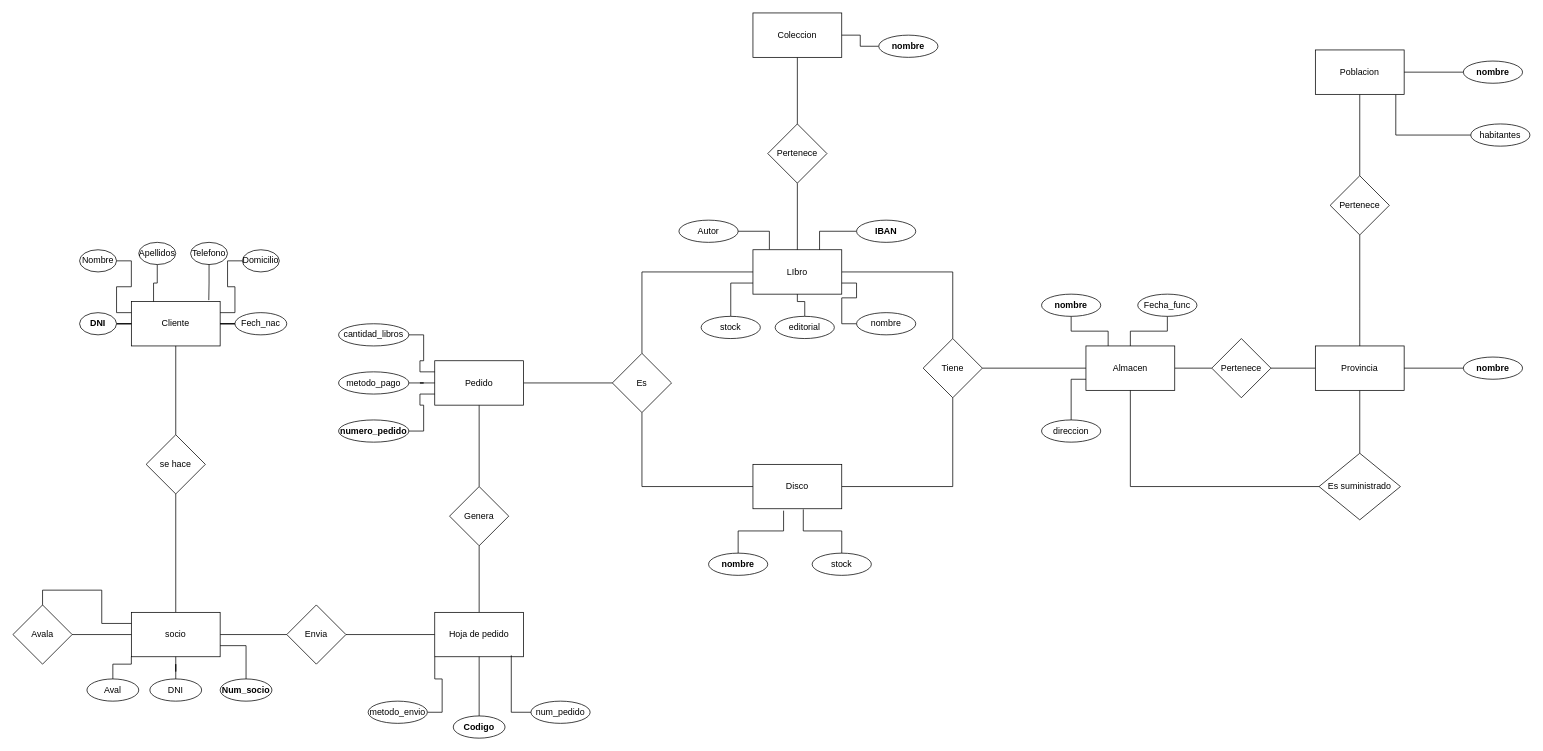
Above: ejercicio4.drawio in victorsanchezr/abril23diagrama (draw.io), before the change. Source tidied: cells renumbered, new cells numbered last; positions are measured from the earlier drawing's top-left corner, leaving out a move shared by most shapes. Both pictures are drawn from the tidied source at 74%, with x=0, y=0 at pixel (13, 13).
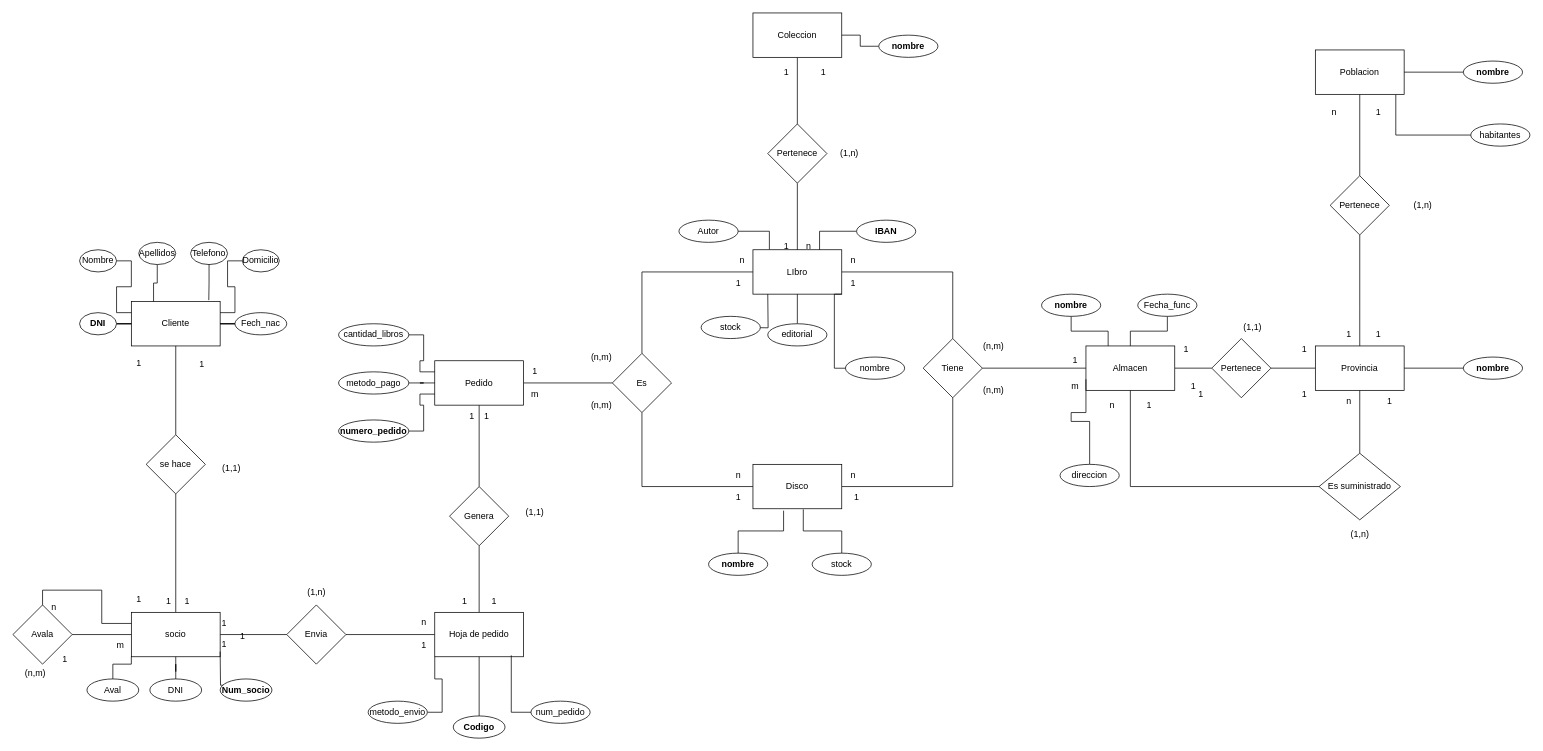
The same diagram, later.

The change refers to these unchanged cells:
```xml
<mxCell id="7" value="socio" style="rounded=0;whiteSpace=wrap;html=1;" parent="1" vertex="1">
  <mxGeometry x="160" y="810" width="120" height="60" as="geometry" />
</mxCell>
<mxCell id="22" value="LIbro" style="rounded=0;whiteSpace=wrap;html=1;" parent="1" vertex="1">
  <mxGeometry x="1000" y="320" width="120" height="60" as="geometry" />
</mxCell>
<mxCell id="33" value="Almacen" style="rounded=0;whiteSpace=wrap;html=1;" parent="1" vertex="1">
  <mxGeometry x="1450" y="450" width="120" height="60" as="geometry" />
</mxCell>
<mxCell id="61" value="&lt;b&gt;Num_socio&lt;/b&gt;" style="ellipse;whiteSpace=wrap;html=1;" parent="1" vertex="1">
  <mxGeometry x="280" y="900" width="70" height="30" as="geometry" />
</mxCell>
<mxCell id="79" value="stock" style="ellipse;whiteSpace=wrap;html=1;" parent="1" vertex="1">
  <mxGeometry x="930" y="410" width="80" height="30" as="geometry" />
</mxCell>
```

The edit, as a diff of the source:
```diff
@@
-    <mxCell id="60" style="edgeStyle=orthogonalEdgeStyle;rounded=0;jettySize=auto;html=1;entryX=1;entryY=0.75;entryDx=0;entryDy=0;endArrow=none;endFill=0;" parent="1" edge="1" source="61" target="7">
-      <mxGeometry relative="1" as="geometry" />
+    <mxCell id="60" style="edgeStyle=orthogonalEdgeStyle;rounded=0;orthogonalLoop=1;jettySize=auto;html=1;entryX=1;entryY=0.75;entryDx=0;entryDy=0;endArrow=none;endFill=0;" parent="1" edge="1">
+      <mxGeometry relative="1" as="geometry">
+        <mxPoint x="315" y="908" as="sourcePoint" />
+        <mxPoint x="280" y="863" as="targetPoint" />
+      </mxGeometry>
     </mxCell>
@@
-    <mxCell id="78" style="edgeStyle=orthogonalEdgeStyle;rounded=0;jettySize=auto;html=1;entryX=0;entryY=0.75;entryDx=0;entryDy=0;endArrow=none;endFill=0;" parent="1" edge="1" source="79" target="22">
-      <mxGeometry relative="1" as="geometry" />
+    <mxCell id="78" style="edgeStyle=orthogonalEdgeStyle;rounded=0;orthogonalLoop=1;jettySize=auto;html=1;entryX=0;entryY=0.75;entryDx=0;entryDy=0;endArrow=none;endFill=0;" parent="1" edge="1">
+      <mxGeometry relative="1" as="geometry">
+        <mxPoint x="990" y="425" as="sourcePoint" />
+        <mxPoint x="1020" y="380" as="targetPoint" />
+      </mxGeometry>
     </mxCell>
@@
     <mxCell id="81" value="editorial" style="ellipse;whiteSpace=wrap;html=1;" parent="1" vertex="1">
-      <mxGeometry x="1030" y="410" width="80" height="30" as="geometry" />
+      <mxGeometry x="1020" y="420" width="80" height="30" as="geometry" />
     </mxCell>
-    <mxCell id="82" style="edgeStyle=orthogonalEdgeStyle;rounded=0;jettySize=auto;html=1;entryX=1;entryY=0.75;entryDx=0;entryDy=0;endArrow=none;endFill=0;" parent="1" edge="1" source="83" target="22">
-      <mxGeometry relative="1" as="geometry" />
+    <mxCell id="82" style="edgeStyle=orthogonalEdgeStyle;rounded=0;orthogonalLoop=1;jettySize=auto;html=1;entryX=1;entryY=0.75;entryDx=0;entryDy=0;endArrow=none;endFill=0;" parent="1" edge="1">
+      <mxGeometry relative="1" as="geometry">
+        <mxPoint x="1130" y="480.1" as="sourcePoint" />
+        <mxPoint x="1120" y="380" as="targetPoint" />
+        <Array as="points">
+          <mxPoint x="1110" y="480" />
+          <mxPoint x="1110" y="380" />
+        </Array>
+      </mxGeometry>
     </mxCell>
     <mxCell id="83" value="nombre" style="ellipse;whiteSpace=wrap;html=1;" parent="1" vertex="1">
-      <mxGeometry x="1140" y="405" width="80" height="30" as="geometry" />
+      <mxGeometry x="1125" y="465" width="80" height="30" as="geometry" />
     </mxCell>
@@
     <mxCell id="92" style="edgeStyle=orthogonalEdgeStyle;rounded=0;jettySize=auto;html=1;entryX=0;entryY=0.75;entryDx=0;entryDy=0;endArrow=none;endFill=0;" parent="1" edge="1" source="93" target="33">
-      <mxGeometry relative="1" as="geometry" />
+      <mxGeometry relative="1" as="geometry">
+        <Array as="points">
+          <mxPoint x="1455" y="552" />
+          <mxPoint x="1430" y="552" />
+          <mxPoint x="1430" y="540" />
+          <mxPoint x="1450" y="540" />
+        </Array>
+      </mxGeometry>
     </mxCell>
     <mxCell id="93" value="direccion" style="ellipse;whiteSpace=wrap;html=1;" parent="1" vertex="1">
-      <mxGeometry x="1390" y="550" width="80" height="30" as="geometry" />
+      <mxGeometry x="1415" y="610" width="80" height="30" as="geometry" />
     </mxCell>
@@
+    <mxCell id="102" value="1" style="text;html=1;align=center;verticalAlign=middle;strokeColor=none;fillColor=none;" parent="1" vertex="1">
+      <mxGeometry x="155" y="458" width="30" height="30" as="geometry" />
+    </mxCell>
+    <mxCell id="103" value="1" style="text;html=1;align=center;verticalAlign=middle;strokeColor=none;fillColor=none;" parent="1" vertex="1">
+      <mxGeometry x="240" y="460" width="30" height="30" as="geometry" />
+    </mxCell>
+    <mxCell id="104" value="1" style="text;html=1;align=center;verticalAlign=middle;strokeColor=none;fillColor=none;" parent="1" vertex="1">
+      <mxGeometry x="195" y="780" width="30" height="30" as="geometry" />
+    </mxCell>
+    <mxCell id="105" value="1" style="text;html=1;align=center;verticalAlign=middle;strokeColor=none;fillColor=none;" parent="1" vertex="1">
+      <mxGeometry x="220" y="780" width="30" height="30" as="geometry" />
+    </mxCell>
+    <mxCell id="106" value="(1,1)" style="text;html=1;align=center;verticalAlign=middle;strokeColor=none;fillColor=none;" parent="1" vertex="1">
+      <mxGeometry x="270" y="600" width="50" height="30" as="geometry" />
+    </mxCell>
+    <mxCell id="107" value="1" style="text;html=1;align=center;verticalAlign=middle;strokeColor=none;fillColor=none;" parent="1" vertex="1">
+      <mxGeometry x="155" y="778" width="30" height="30" as="geometry" />
+    </mxCell>
+    <mxCell id="108" value="n" style="text;html=1;align=center;verticalAlign=middle;strokeColor=none;fillColor=none;" parent="1" vertex="1">
+      <mxGeometry x="40" y="788" width="30" height="30" as="geometry" />
+    </mxCell>
+    <mxCell id="109" value="1" style="text;html=1;align=center;verticalAlign=middle;strokeColor=none;fillColor=none;" parent="1" vertex="1">
+      <mxGeometry x="55" y="858" width="30" height="30" as="geometry" />
+    </mxCell>
+    <mxCell id="110" value="m" style="text;html=1;align=center;verticalAlign=middle;strokeColor=none;fillColor=none;" parent="1" vertex="1">
+      <mxGeometry x="130" y="840" width="30" height="30" as="geometry" />
+    </mxCell>
+    <mxCell id="111" value="(n,m)" style="text;html=1;align=center;verticalAlign=middle;strokeColor=none;fillColor=none;" parent="1" vertex="1">
+      <mxGeometry x="5" y="878" width="50" height="30" as="geometry" />
+    </mxCell>
+    <mxCell id="112" value="1" style="text;html=1;align=center;verticalAlign=middle;strokeColor=none;fillColor=none;" parent="1" vertex="1">
+      <mxGeometry x="270" y="810" width="30" height="30" as="geometry" />
+    </mxCell>
+    <mxCell id="113" value="n" style="text;html=1;align=center;verticalAlign=middle;strokeColor=none;fillColor=none;" parent="1" vertex="1">
+      <mxGeometry x="540" y="808" width="30" height="30" as="geometry" />
+    </mxCell>
+    <mxCell id="114" value="1" style="text;html=1;align=center;verticalAlign=middle;strokeColor=none;fillColor=none;" parent="1" vertex="1">
+      <mxGeometry x="540" y="840" width="30" height="30" as="geometry" />
+    </mxCell>
+    <mxCell id="115" value="1" style="text;html=1;align=center;verticalAlign=middle;strokeColor=none;fillColor=none;" parent="1" vertex="1">
+      <mxGeometry x="270" y="838" width="30" height="30" as="geometry" />
+    </mxCell>
+    <mxCell id="116" value="(1,n)" style="text;html=1;align=center;verticalAlign=middle;strokeColor=none;fillColor=none;" parent="1" vertex="1">
+      <mxGeometry x="385" y="768" width="50" height="30" as="geometry" />
+    </mxCell>
+    <mxCell id="117" value="1" style="text;html=1;align=center;verticalAlign=middle;strokeColor=none;fillColor=none;" parent="1" vertex="1">
+      <mxGeometry x="595" y="780" width="30" height="30" as="geometry" />
+    </mxCell>
+    <mxCell id="118" value="1" style="text;html=1;align=center;verticalAlign=middle;strokeColor=none;fillColor=none;" parent="1" vertex="1">
+      <mxGeometry x="295" y="828" width="30" height="30" as="geometry" />
+    </mxCell>
+    <mxCell id="119" value="1" style="text;html=1;align=center;verticalAlign=middle;strokeColor=none;fillColor=none;" parent="1" vertex="1">
+      <mxGeometry x="635" y="780" width="30" height="30" as="geometry" />
+    </mxCell>
+    <mxCell id="120" value="1" style="text;html=1;align=center;verticalAlign=middle;strokeColor=none;fillColor=none;" parent="1" vertex="1">
+      <mxGeometry x="605" y="530" width="30" height="30" as="geometry" />
+    </mxCell>
+    <mxCell id="121" value="1" style="text;html=1;align=center;verticalAlign=middle;strokeColor=none;fillColor=none;" parent="1" vertex="1">
+      <mxGeometry x="625" y="530" width="30" height="30" as="geometry" />
+    </mxCell>
+    <mxCell id="122" value="(1,1)" style="text;html=1;align=center;verticalAlign=middle;strokeColor=none;fillColor=none;" parent="1" vertex="1">
+      <mxGeometry x="680" y="660" width="50" height="30" as="geometry" />
+    </mxCell>
+    <mxCell id="123" value="1" style="text;html=1;align=center;verticalAlign=middle;strokeColor=none;fillColor=none;" parent="1" vertex="1">
+      <mxGeometry x="690" y="470" width="30" height="30" as="geometry" />
+    </mxCell>
+    <mxCell id="124" value="n" style="text;html=1;align=center;verticalAlign=middle;strokeColor=none;fillColor=none;" parent="1" vertex="1">
+      <mxGeometry x="970" y="320" width="30" height="30" as="geometry" />
+    </mxCell>
+    <mxCell id="125" value="1" style="text;html=1;align=center;verticalAlign=middle;strokeColor=none;fillColor=none;" parent="1" vertex="1">
+      <mxGeometry x="965" y="350" width="30" height="30" as="geometry" />
+    </mxCell>
+    <mxCell id="126" value="m" style="text;html=1;align=center;verticalAlign=middle;strokeColor=none;fillColor=none;" parent="1" vertex="1">
+      <mxGeometry x="690" y="500" width="30" height="30" as="geometry" />
+    </mxCell>
+    <mxCell id="127" value="(n,m)" style="text;html=1;align=center;verticalAlign=middle;strokeColor=none;fillColor=none;" parent="1" vertex="1">
+      <mxGeometry x="770" y="450" width="50" height="30" as="geometry" />
+    </mxCell>
+    <mxCell id="128" value="n" style="text;html=1;align=center;verticalAlign=middle;strokeColor=none;fillColor=none;" parent="1" vertex="1">
+      <mxGeometry x="965" y="610" width="30" height="30" as="geometry" />
+    </mxCell>
+    <mxCell id="129" value="1" style="text;html=1;align=center;verticalAlign=middle;strokeColor=none;fillColor=none;" parent="1" vertex="1">
+      <mxGeometry x="965" y="640" width="30" height="30" as="geometry" />
+    </mxCell>
+    <mxCell id="130" value="(n,m)" style="text;html=1;align=center;verticalAlign=middle;strokeColor=none;fillColor=none;" parent="1" vertex="1">
+      <mxGeometry x="770" y="515" width="50" height="30" as="geometry" />
+    </mxCell>
+    <mxCell id="131" value="(n,m)" style="text;html=1;align=center;verticalAlign=middle;strokeColor=none;fillColor=none;" parent="1" vertex="1">
+      <mxGeometry x="1300" y="435" width="50" height="30" as="geometry" />
+    </mxCell>
+    <mxCell id="132" value="(n,m)" style="text;html=1;align=center;verticalAlign=middle;strokeColor=none;fillColor=none;" parent="1" vertex="1">
+      <mxGeometry x="1300" y="495" width="50" height="30" as="geometry" />
+    </mxCell>
+    <mxCell id="133" value="1" style="text;html=1;align=center;verticalAlign=middle;strokeColor=none;fillColor=none;" parent="1" vertex="1">
+      <mxGeometry x="1125" y="640" width="30" height="30" as="geometry" />
+    </mxCell>
+    <mxCell id="134" value="n" style="text;html=1;align=center;verticalAlign=middle;strokeColor=none;fillColor=none;" parent="1" vertex="1">
+      <mxGeometry x="1120" y="320" width="30" height="30" as="geometry" />
+    </mxCell>
+    <mxCell id="135" value="1" style="text;html=1;align=center;verticalAlign=middle;strokeColor=none;fillColor=none;" parent="1" vertex="1">
+      <mxGeometry x="1120" y="350" width="30" height="30" as="geometry" />
+    </mxCell>
+    <mxCell id="136" value="m" style="text;html=1;align=center;verticalAlign=middle;strokeColor=none;fillColor=none;" parent="1" vertex="1">
+      <mxGeometry x="1420" y="490" width="30" height="30" as="geometry" />
+    </mxCell>
+    <mxCell id="137" value="n" style="text;html=1;align=center;verticalAlign=middle;strokeColor=none;fillColor=none;" parent="1" vertex="1">
+      <mxGeometry x="1120" y="610" width="30" height="30" as="geometry" />
+    </mxCell>
+    <mxCell id="138" value="1" style="text;html=1;align=center;verticalAlign=middle;strokeColor=none;fillColor=none;" parent="1" vertex="1">
+      <mxGeometry x="1420" y="455" width="30" height="30" as="geometry" />
+    </mxCell>
+    <mxCell id="139" value="(1,1)" style="text;html=1;align=center;verticalAlign=middle;strokeColor=none;fillColor=none;" parent="1" vertex="1">
+      <mxGeometry x="1650" y="410" width="50" height="30" as="geometry" />
+    </mxCell>
+    <mxCell id="140" value="1" style="text;html=1;align=center;verticalAlign=middle;strokeColor=none;fillColor=none;" parent="1" vertex="1">
+      <mxGeometry x="1570" y="440" width="30" height="30" as="geometry" />
+    </mxCell>
+    <mxCell id="141" value="1" style="text;html=1;align=center;verticalAlign=middle;strokeColor=none;fillColor=none;" parent="1" vertex="1">
+      <mxGeometry x="1730" y="440" width="30" height="30" as="geometry" />
+    </mxCell>
+    <mxCell id="142" value="1" style="text;html=1;align=center;verticalAlign=middle;strokeColor=none;fillColor=none;" parent="1" vertex="1">
+      <mxGeometry x="1580" y="490" width="30" height="30" as="geometry" />
+    </mxCell>
+    <mxCell id="143" value="1" style="text;html=1;align=center;verticalAlign=middle;strokeColor=none;fillColor=none;" parent="1" vertex="1">
+      <mxGeometry x="1730" y="500" width="30" height="30" as="geometry" />
+    </mxCell>
+    <mxCell id="144" value="(1,n)" style="text;html=1;align=center;verticalAlign=middle;strokeColor=none;fillColor=none;" parent="1" vertex="1">
+      <mxGeometry x="1795" y="690" width="50" height="30" as="geometry" />
+    </mxCell>
+    <mxCell id="145" value="1" style="text;html=1;align=center;verticalAlign=middle;strokeColor=none;fillColor=none;" parent="1" vertex="1">
+      <mxGeometry x="1520" y="515" width="30" height="30" as="geometry" />
+    </mxCell>
+    <mxCell id="146" value="n" style="text;html=1;align=center;verticalAlign=middle;strokeColor=none;fillColor=none;" parent="1" vertex="1">
+      <mxGeometry x="1790" y="510" width="30" height="30" as="geometry" />
+    </mxCell>
+    <mxCell id="147" value="n" style="text;html=1;align=center;verticalAlign=middle;strokeColor=none;fillColor=none;" parent="1" vertex="1">
+      <mxGeometry x="1470" y="515" width="30" height="30" as="geometry" />
+    </mxCell>
+    <mxCell id="148" value="1" style="text;html=1;align=center;verticalAlign=middle;strokeColor=none;fillColor=none;" parent="1" vertex="1">
+      <mxGeometry x="1845" y="510" width="30" height="30" as="geometry" />
+    </mxCell>
+    <mxCell id="149" value="1" style="text;html=1;align=center;verticalAlign=middle;strokeColor=none;fillColor=none;" parent="1" vertex="1">
+      <mxGeometry x="1590" y="500" width="30" height="30" as="geometry" />
+    </mxCell>
+    <mxCell id="150" value="n" style="text;html=1;align=center;verticalAlign=middle;strokeColor=none;fillColor=none;" parent="1" vertex="1">
+      <mxGeometry x="1770" y="120" width="30" height="30" as="geometry" />
+    </mxCell>
+    <mxCell id="151" value="1" style="text;html=1;align=center;verticalAlign=middle;strokeColor=none;fillColor=none;" parent="1" vertex="1">
+      <mxGeometry x="1830" y="120" width="30" height="30" as="geometry" />
+    </mxCell>
+    <mxCell id="152" value="1" style="text;html=1;align=center;verticalAlign=middle;strokeColor=none;fillColor=none;" parent="1" vertex="1">
+      <mxGeometry x="1790" y="420" width="30" height="30" as="geometry" />
+    </mxCell>
+    <mxCell id="153" value="1" style="text;html=1;align=center;verticalAlign=middle;strokeColor=none;fillColor=none;" parent="1" vertex="1">
+      <mxGeometry x="1830" y="420" width="30" height="30" as="geometry" />
+    </mxCell>
+    <mxCell id="154" value="(1,n)" style="text;html=1;align=center;verticalAlign=middle;strokeColor=none;fillColor=none;" parent="1" vertex="1">
+      <mxGeometry x="1880" y="245" width="50" height="30" as="geometry" />
+    </mxCell>
+    <mxCell id="155" value="1" style="text;html=1;align=center;verticalAlign=middle;strokeColor=none;fillColor=none;" parent="1" vertex="1">
+      <mxGeometry x="1030" y="300" width="30" height="30" as="geometry" />
+    </mxCell>
+    <mxCell id="156" value="1" style="text;html=1;align=center;verticalAlign=middle;strokeColor=none;fillColor=none;" parent="1" vertex="1">
+      <mxGeometry x="1080" y="65" width="30" height="30" as="geometry" />
+    </mxCell>
+    <mxCell id="157" value="1" style="text;html=1;align=center;verticalAlign=middle;strokeColor=none;fillColor=none;" parent="1" vertex="1">
+      <mxGeometry x="1030" y="65" width="30" height="30" as="geometry" />
+    </mxCell>
+    <mxCell id="158" value="n" style="text;html=1;align=center;verticalAlign=middle;strokeColor=none;fillColor=none;" parent="1" vertex="1">
+      <mxGeometry x="1060" y="300" width="30" height="30" as="geometry" />
+    </mxCell>
+    <mxCell id="159" value="(1,n)" style="text;html=1;align=center;verticalAlign=middle;strokeColor=none;fillColor=none;" parent="1" vertex="1">
+      <mxGeometry x="1105" y="175" width="50" height="30" as="geometry" />
+    </mxCell>
```
